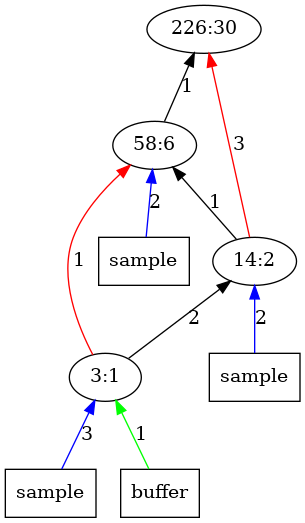
This is outputImages/op30.png.png from AbhikKhan/MTP_IITG, a Graphviz export, as it was before one commit. Its source is kept beside it as outputTrees/op30.dot.
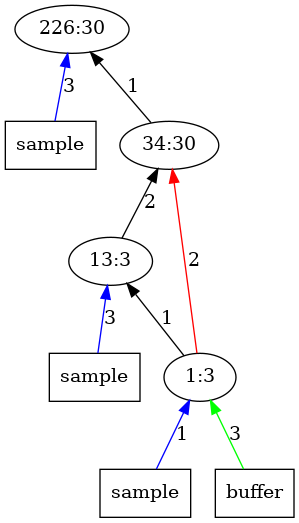
After the change.

The edit, as a diff of the source:
```diff
@@ -1,20 +1,19 @@
 digraph Tree{
 	rankdir="BT"
+	x11 -> 1 [label = "3", color = "blue"];
+	x11 [label = "sample", shape = "box"];
 	1 [label = "226:30"];
 	2 -> 1 [label = "1", color = "black"];
-	x21 -> 2 [label = "2", color = "blue"];
-	x21 [label = "sample", shape = "box"];
-	2 [label = "58:6"];
-	3 -> 1 [label = "3", color = "red"];
-	3 -> 2 [label = "1", color = "black"];
-	x31 -> 3 [label = "2", color = "blue"];
+	2 [label = "34:30"];
+	3 -> 2 [label = "2", color = "black"];
+	x31 -> 3 [label = "3", color = "blue"];
 	x31 [label = "sample", shape = "box"];
-	3 [label = "14:2"];
-	4 -> 2 [label = "1", color = "red"];
-	4 -> 3 [label = "2", color = "black"];
-	x41 -> 4 [label = "3", color = "blue"];
+	3 [label = "13:3"];
+	4 -> 3 [label = "1", color = "black"];
+	4 -> 2 [label = "2", color = "red"];
+	x41 -> 4 [label = "1", color = "blue"];
 	x41 [label = "sample", shape = "box"];
-	x42 -> 4 [label = "1", color = "green"];
+	x42 -> 4 [label = "3", color = "green"];
 	x42 [label = "buffer", shape = "box"];
-	4 [label = "3:1"];
+	4 [label = "1:3"];
 }
```
